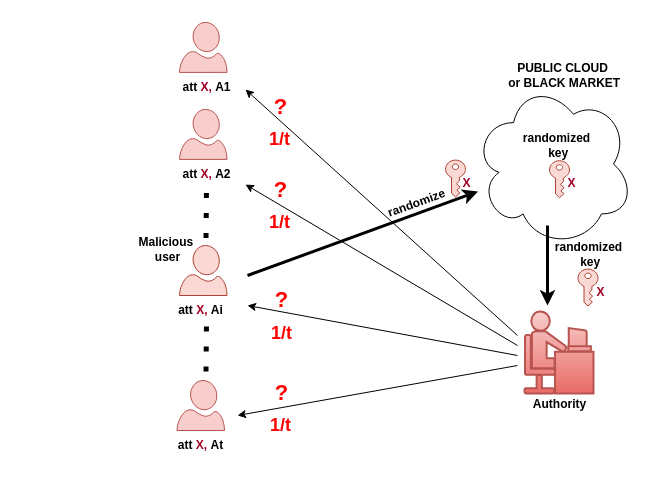
Earlier version of the draw.io diagram AKL-multigroup.drawio (huyle84/diagrams). Source tidied: cells renumbered, new cells numbered last; positions are measured from the earlier drawing's top-left corner, leaving out a move shared by most shapes. Both pictures are drawn from the tidied source at 100%, with x=0, y=0 at pixel (127, 22).
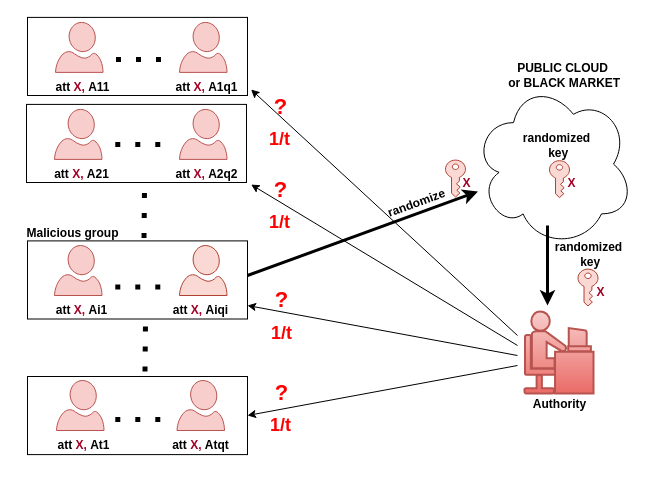
Above is the later version.

The edit, as a diff of the source:
```diff
@@
+    <mxCell id="40" style="rounded=0;whiteSpace=wrap;html=1;" parent="1" vertex="1">
+      <mxGeometry x="-100" y="354" width="220" height="78.1" as="geometry" />
+    </mxCell>
+    <mxCell id="41" style="rounded=0;whiteSpace=wrap;html=1;" parent="1" vertex="1">
+      <mxGeometry x="-100" y="218.4" width="220" height="78.1" as="geometry" />
+    </mxCell>
+    <mxCell id="42" style="rounded=0;whiteSpace=wrap;html=1;" parent="1" vertex="1">
+      <mxGeometry x="-101" y="81.9" width="220" height="78.1" as="geometry" />
+    </mxCell>
+    <mxCell id="43" style="rounded=0;whiteSpace=wrap;html=1;" parent="1" vertex="1">
+      <mxGeometry x="-100" y="-5.1" width="220" height="78.1" as="geometry" />
+    </mxCell>
@@
-    <mxCell id="6" value="att&amp;nbsp;&lt;font color=&quot;#a20025&quot;&gt;X,&lt;/font&gt;&amp;nbsp;A1" style="text;html=1;align=center;verticalAlign=middle;points=[];strokeColor=none;fillColor=none;fontStyle=1;" parent="1" vertex="1">
-      <mxGeometry x="44" y="49.9" width="70" height="30" as="geometry" />
+    <mxCell id="6" value="att&amp;nbsp;&lt;font color=&quot;#a20025&quot;&gt;X,&lt;/font&gt;&amp;nbsp;A1q1" style="text;html=1;align=center;verticalAlign=middle;points=[];strokeColor=none;fillColor=none;fontStyle=1;" parent="1" vertex="1">
+      <mxGeometry x="39" y="49.9" width="80" height="30" as="geometry" />
     </mxCell>
@@
-    <mxCell id="14" value="att&amp;nbsp;&lt;font color=&quot;#a20025&quot;&gt;X,&lt;/font&gt;&amp;nbsp;Ai" style="text;html=1;align=center;verticalAlign=middle;strokeColor=none;fillColor=none;fontStyle=1;" parent="1" vertex="1">
+    <mxCell id="14" value="att&amp;nbsp;&lt;font color=&quot;#a20025&quot;&gt;X,&lt;/font&gt;&amp;nbsp;Aiqi" style="text;html=1;align=center;verticalAlign=middle;strokeColor=none;fillColor=none;fontStyle=1;" parent="1" vertex="1">
       <mxGeometry x="38.2" y="273" width="70" height="30" as="geometry" />
     </mxCell>
-    <mxCell id="15" value="att&amp;nbsp;&lt;font color=&quot;#a20025&quot;&gt;X,&lt;/font&gt;&amp;nbsp;At" style="text;html=1;align=center;verticalAlign=middle;strokeColor=none;fillColor=none;fontStyle=1;" parent="1" vertex="1">
-      <mxGeometry x="38.2" y="408" width="70" height="30" as="geometry" />
+    <mxCell id="15" value="att&amp;nbsp;&lt;font color=&quot;#a20025&quot;&gt;X,&lt;/font&gt;&amp;nbsp;Atqt" style="text;html=1;align=center;verticalAlign=middle;strokeColor=none;fillColor=none;fontStyle=1;" parent="1" vertex="1">
+      <mxGeometry x="33.2" y="408" width="80" height="30" as="geometry" />
     </mxCell>
-    <mxCell id="16" value="Malicious&amp;nbsp;&lt;div&gt;&lt;div&gt;user&lt;/div&gt;&lt;/div&gt;" style="text;html=1;align=center;verticalAlign=middle;strokeColor=none;fillColor=none;fontStyle=1;" parent="1" vertex="1">
-      <mxGeometry y="206.6" width="80" height="40" as="geometry" />
+    <mxCell id="16" value="Malicious group" style="text;html=1;align=center;verticalAlign=middle;strokeColor=none;fillColor=none;fontStyle=1;" parent="1" vertex="1">
+      <mxGeometry x="-110.5" y="196" width="110" height="30" as="geometry" />
     </mxCell>
@@
-    <mxCell id="18" value="att&amp;nbsp;&lt;font color=&quot;#a20025&quot;&gt;X,&lt;/font&gt;&amp;nbsp;A2" style="text;html=1;align=center;verticalAlign=middle;points=[];strokeColor=none;fillColor=none;fontStyle=1;" parent="1" vertex="1">
-      <mxGeometry x="44" y="136.9" width="70" height="30" as="geometry" />
+    <mxCell id="18" value="att&amp;nbsp;&lt;font color=&quot;#a20025&quot;&gt;X,&lt;/font&gt;&amp;nbsp;A2q2" style="text;html=1;align=center;verticalAlign=middle;points=[];strokeColor=none;fillColor=none;fontStyle=1;" parent="1" vertex="1">
+      <mxGeometry x="39" y="136.9" width="80" height="30" as="geometry" />
     </mxCell>
@@
     <mxCell id="27" style="endArrow=classic;html=1;rounded=0;" parent="1" edge="1">
       <mxGeometry relative="1" as="geometry">
         <mxPoint x="390" y="343" as="sourcePoint" />
-        <mxPoint x="110" y="393" as="targetPoint" />
+        <mxPoint x="120" y="393" as="targetPoint" />
       </mxGeometry>
     </mxCell>
@@
     <mxCell id="38" style="endArrow=none;dashed=1;html=1;dashPattern=1 3;strokeWidth=5;rounded=0;" parent="1" edge="1">
       <mxGeometry relative="1" as="geometry">
-        <mxPoint x="78.5" y="349" as="sourcePoint" />
-        <mxPoint x="79" y="299" as="targetPoint" />
+        <mxPoint x="17.5" y="349" as="sourcePoint" />
+        <mxPoint x="18" y="299" as="targetPoint" />
       </mxGeometry>
     </mxCell>
     <mxCell id="39" style="endArrow=none;dashed=1;html=1;dashPattern=1 3;strokeWidth=5;rounded=0;" parent="1" edge="1">
       <mxGeometry relative="1" as="geometry">
-        <mxPoint x="78.5" y="215.5" as="sourcePoint" />
-        <mxPoint x="79" y="165.5" as="targetPoint" />
+        <mxPoint x="16.5" y="215.5" as="sourcePoint" />
+        <mxPoint x="17" y="165.5" as="targetPoint" />
       </mxGeometry>
     </mxCell>
+    <mxCell id="44" style="verticalLabelPosition=bottom;html=1;verticalAlign=top;align=center;strokeColor=#b85450;fillColor=#f8cecc;shape=mxgraph.azure.user;" parent="1" vertex="1">
+      <mxGeometry x="-72" y="-0.1" width="47.5" height="50" as="geometry" />
+    </mxCell>
+    <mxCell id="45" value="att&amp;nbsp;&lt;font color=&quot;#a20025&quot;&gt;X,&lt;/font&gt;&amp;nbsp;A11" style="text;html=1;align=center;verticalAlign=middle;strokeColor=none;fillColor=none;fontStyle=1;" parent="1" vertex="1">
+      <mxGeometry x="-85" y="49.9" width="80" height="30" as="geometry" />
+    </mxCell>
+    <mxCell id="46" style="verticalLabelPosition=bottom;html=1;verticalAlign=top;align=center;strokeColor=#b85450;fillColor=#f8cecc;shape=mxgraph.azure.user;" parent="1" vertex="1">
+      <mxGeometry x="-73" y="86.9" width="47.5" height="50" as="geometry" />
+    </mxCell>
+    <mxCell id="47" value="att&amp;nbsp;&lt;font color=&quot;#a20025&quot;&gt;X,&lt;/font&gt;&amp;nbsp;A21" style="text;html=1;align=center;verticalAlign=middle;strokeColor=none;fillColor=none;fontStyle=1;" parent="1" vertex="1">
+      <mxGeometry x="-86" y="136.9" width="80" height="30" as="geometry" />
+    </mxCell>
+    <mxCell id="48" style="verticalLabelPosition=bottom;html=1;verticalAlign=top;align=center;strokeColor=#b85450;fillColor=#f8cecc;shape=mxgraph.azure.user;" parent="1" vertex="1">
+      <mxGeometry x="-73" y="223" width="47.5" height="50" as="geometry" />
+    </mxCell>
+    <mxCell id="49" value="att&amp;nbsp;&lt;font color=&quot;#a20025&quot;&gt;X,&lt;/font&gt;&amp;nbsp;Ai1" style="text;html=1;align=center;verticalAlign=middle;strokeColor=none;fillColor=none;fontStyle=1;" parent="1" vertex="1">
+      <mxGeometry x="-81" y="273" width="70" height="30" as="geometry" />
+    </mxCell>
+    <mxCell id="50" style="verticalLabelPosition=bottom;html=1;verticalAlign=top;align=center;strokeColor=#b85450;fillColor=#f8cecc;shape=mxgraph.azure.user;" parent="1" vertex="1">
+      <mxGeometry x="-71" y="358" width="47.5" height="50" as="geometry" />
+    </mxCell>
+    <mxCell id="51" value="att&amp;nbsp;&lt;font color=&quot;#a20025&quot;&gt;X,&lt;/font&gt;&amp;nbsp;At1" style="text;html=1;align=center;verticalAlign=middle;strokeColor=none;fillColor=none;fontStyle=1;" parent="1" vertex="1">
+      <mxGeometry x="-79" y="408" width="70" height="30" as="geometry" />
+    </mxCell>
+    <mxCell id="52" style="endArrow=none;dashed=1;html=1;dashPattern=1 3;strokeWidth=5;rounded=0;" parent="1" edge="1">
+      <mxGeometry relative="1" as="geometry">
+        <mxPoint x="-11.5" y="37.1" as="sourcePoint" />
+        <mxPoint x="39" y="37" as="targetPoint" />
+      </mxGeometry>
+    </mxCell>
+    <mxCell id="53" style="endArrow=none;dashed=1;html=1;dashPattern=1 3;strokeWidth=5;rounded=0;" parent="1" edge="1">
+      <mxGeometry relative="1" as="geometry">
+        <mxPoint x="-12.2" y="122.1" as="sourcePoint" />
+        <mxPoint x="38.2" y="122" as="targetPoint" />
+      </mxGeometry>
+    </mxCell>
+    <mxCell id="54" style="endArrow=none;dashed=1;html=1;dashPattern=1 3;strokeWidth=5;rounded=0;" parent="1" edge="1">
+      <mxGeometry relative="1" as="geometry">
+        <mxPoint x="-12.2" y="264.6" as="sourcePoint" />
+        <mxPoint x="38.2" y="264.5" as="targetPoint" />
+      </mxGeometry>
+    </mxCell>
+    <mxCell id="55" style="endArrow=none;dashed=1;html=1;dashPattern=1 3;strokeWidth=5;rounded=0;" parent="1" edge="1">
+      <mxGeometry relative="1" as="geometry">
+        <mxPoint x="-12.2" y="397.1" as="sourcePoint" />
+        <mxPoint x="38.2" y="397" as="targetPoint" />
+      </mxGeometry>
+    </mxCell>
```
